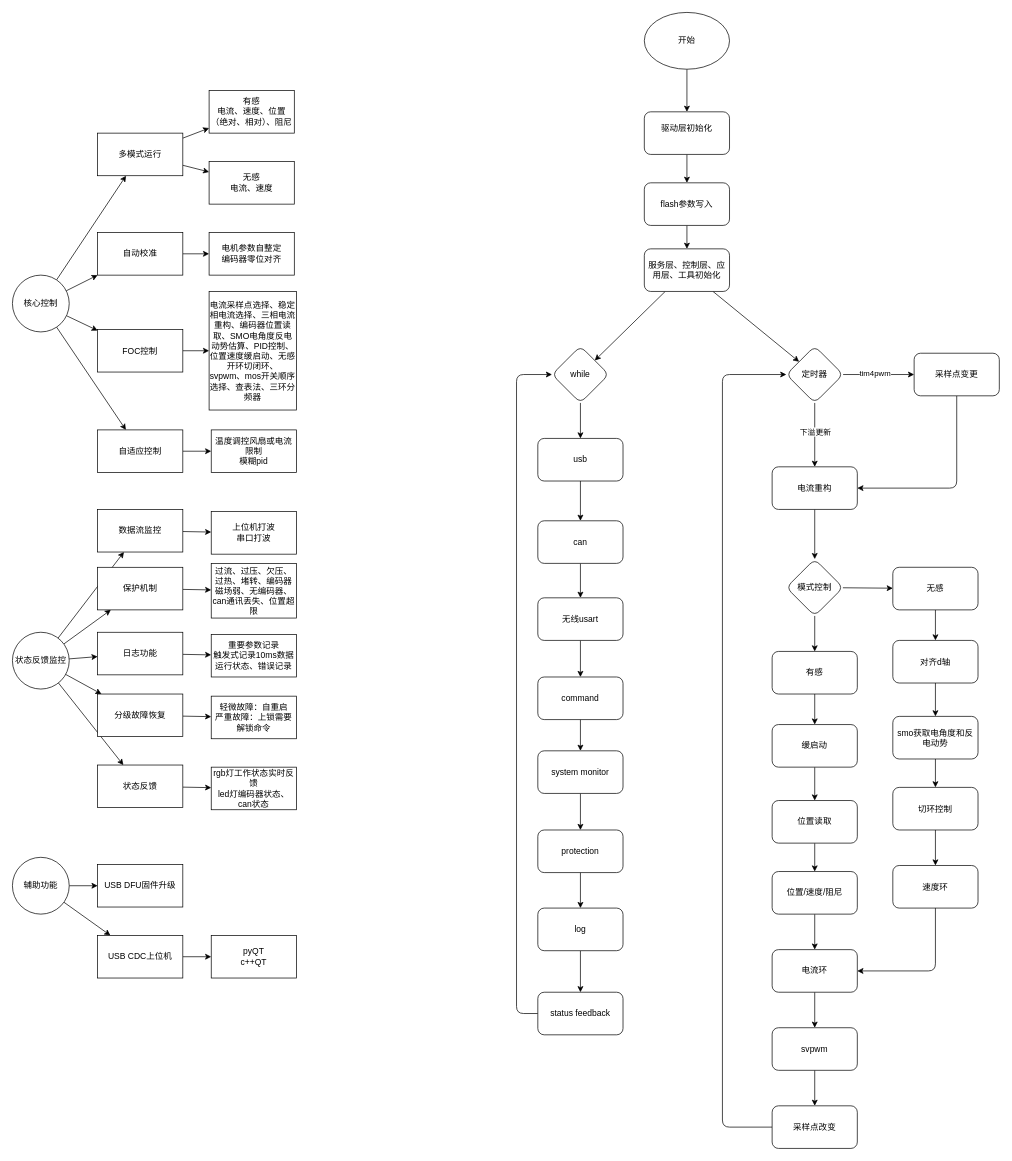
Earlier version of the draw.io diagram XDr/Code/XDrive/core.drawio (xiaowang-rob/User_Item). Source tidied: cells renumbered, new cells numbered last; positions are measured from the earlier drawing's top-left corner, leaving out a move shared by most shapes. Both pictures are drawn from the tidied source at 71%, with x=0, y=0 at pixel (12, 12).
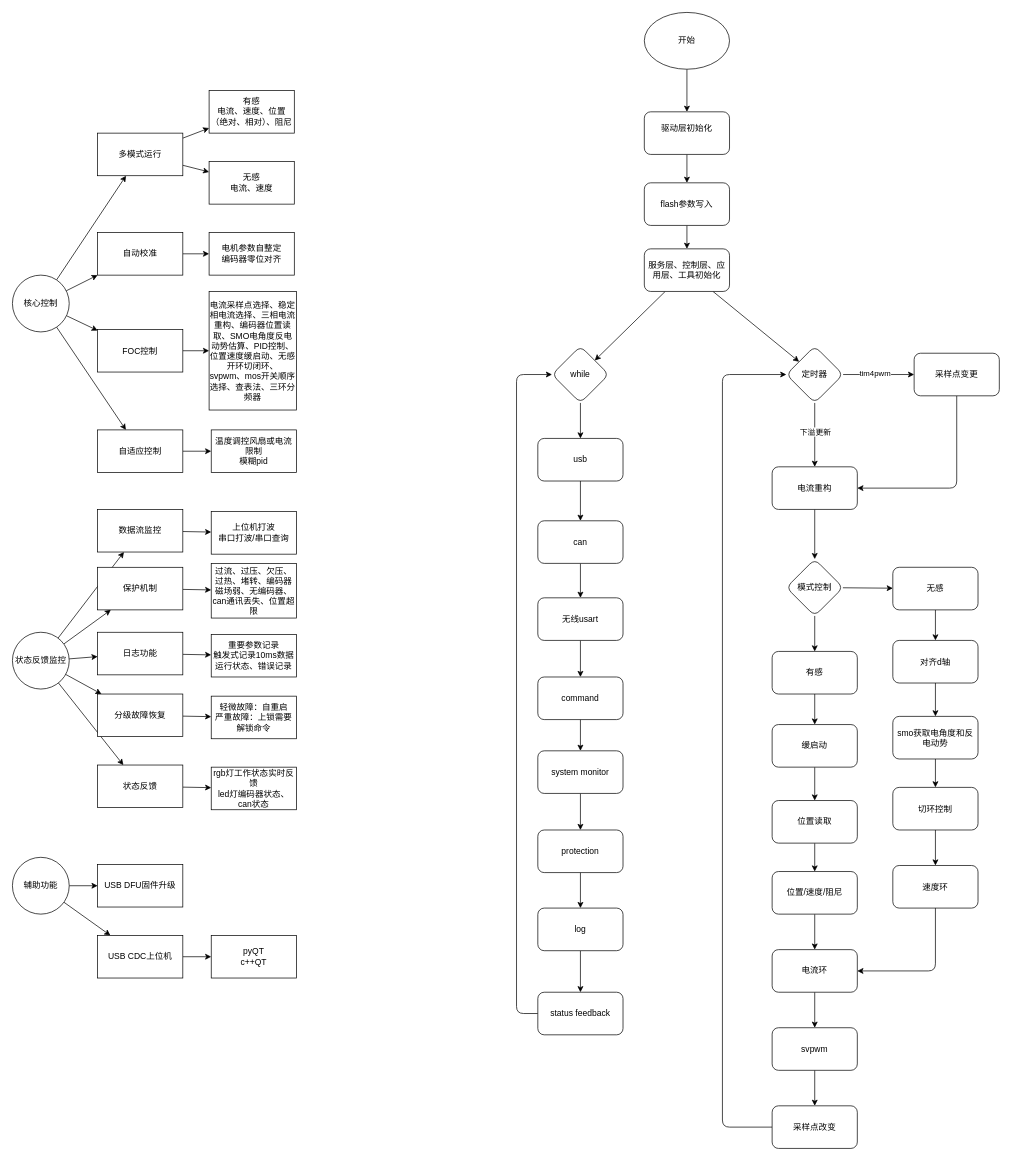
The same diagram, later.

What changed in the source:
```diff
@@
-    <mxCell id="32" value="上位机打波&lt;div&gt;串口打波&lt;/div&gt;" style="whiteSpace=wrap;html=1;" parent="1" vertex="1">
+    <mxCell id="32" value="上位机打波&lt;div&gt;串口打波/串口查询&lt;/div&gt;" style="whiteSpace=wrap;html=1;" parent="1" vertex="1">
       <mxGeometry x="280" y="703" width="120" height="60" as="geometry" />
     </mxCell>
```
